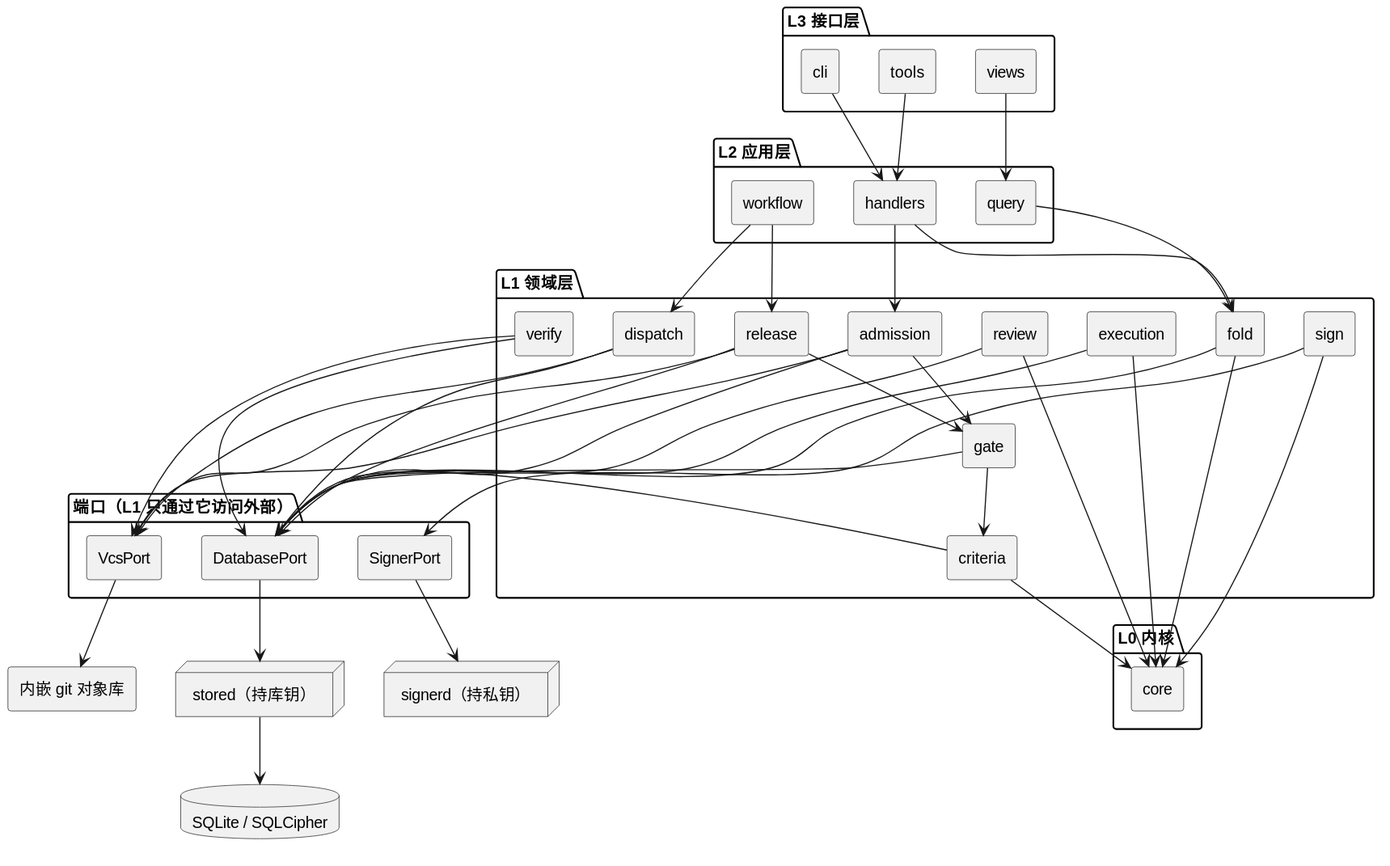
Above: design/diagrams/arch-components.svg in raitpor/dsh-software-dev-office (PlantUML), before the change.
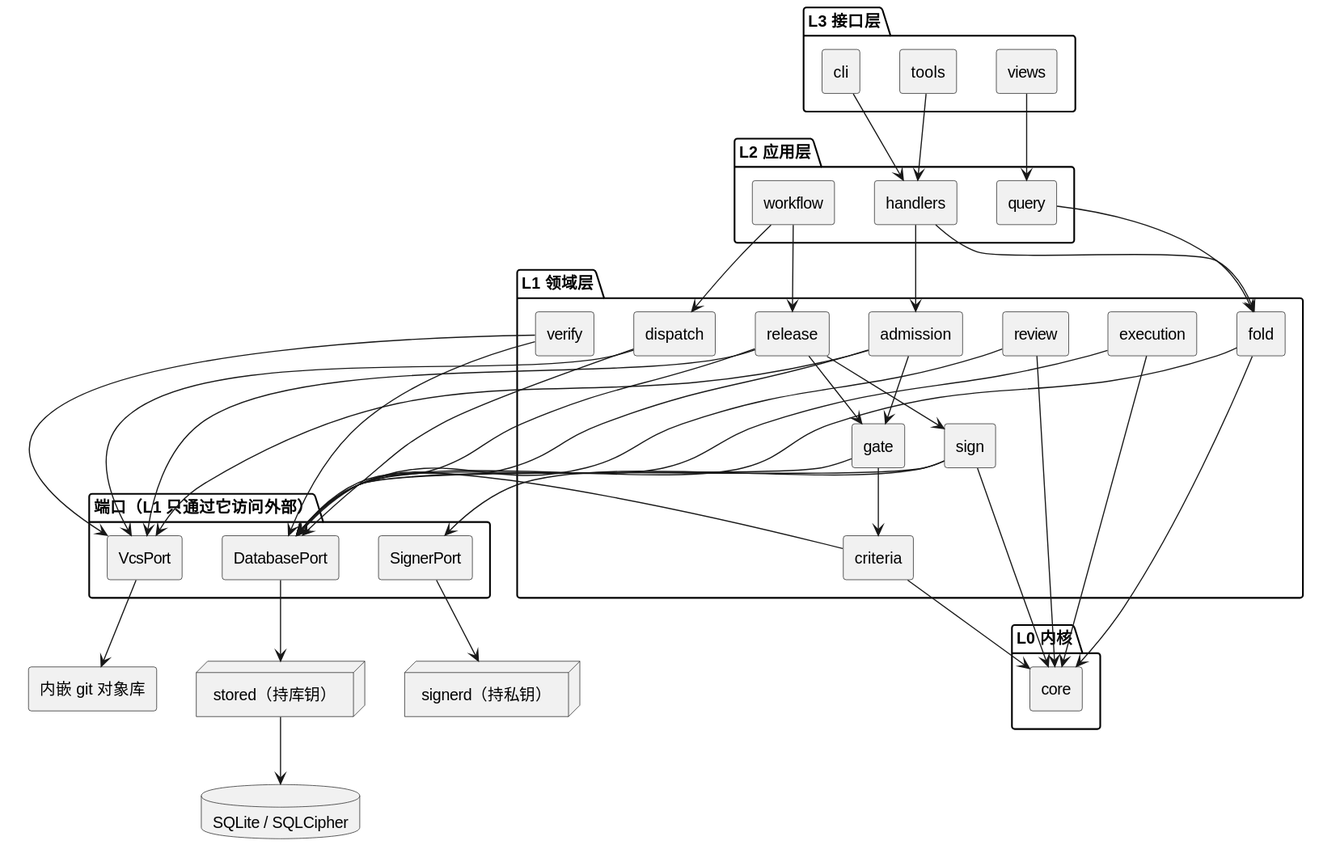
The same diagram one commit later.

Change to the diagram source:
```diff
@@ -51,6 +51,7 @@
 review --> core
 exec --> core
 release --> gate
+release --> sign
 sign --> core
 
 fold --> DBPort
@@ -62,6 +63,7 @@
 exec --> DBPort
 release --> DBPort
 verify --> DBPort
+sign --> DBPort
 DBPort --> ST
 VcsPort --> VCS
 admission --> VcsPort
```
